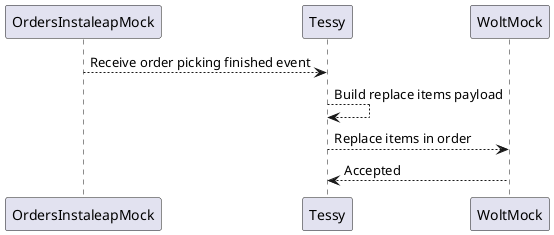
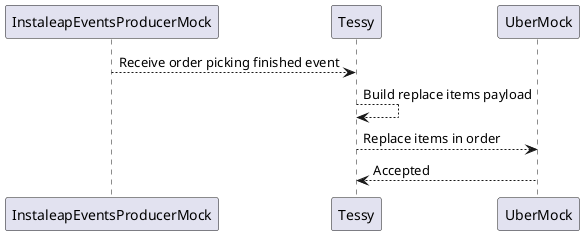
@startuml


- OrdersInstaleapMock --> Tessy: Receive order picking finished event
+ InstaleapEventsProducerMock --> Tessy: Receive order picking finished event

Tessy --> Tessy: Build replace items payload
- Tessy --> WoltMock: Replace items in order
+ Tessy --> UberMock: Replace items in order

- WoltMock --> Tessy: Accepted
+ UberMock --> Tessy: Accepted
@enduml